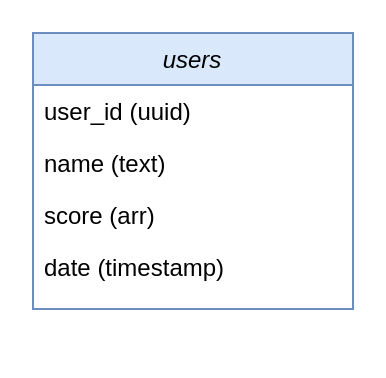
This is src/quiz-app.drawio from CarlosMayo1/quiz-app, a draw.io file, before an edit. Source tidied: cells renumbered, new cells numbered last; positions are measured from the earlier drawing's top-left corner, leaving out a move shared by most shapes. Both pictures are drawn from the tidied source at 200%, with x=0, y=0 at pixel (32, 32).
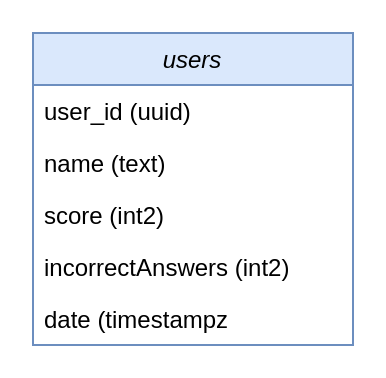
After the change.

What changed in the source:
```diff
@@
 <mxGraphModel>
   <root>
     <mxCell id="0" />
     <mxCell id="1" parent="0" />
     <mxCell id="2" value="users" style="swimlane;fontStyle=2;align=center;verticalAlign=top;horizontal=1;startSize=26;rounded=0;shadow=0;strokeWidth=1;fillColor=#dae8fc;strokeColor=#6c8ebf;" parent="1" vertex="1">
-      <mxGeometry width="160" height="138" as="geometry" />
+      <mxGeometry width="160" height="156" as="geometry" />
     </mxCell>
     <mxCell id="3" value="user_id (uuid)" style="text;align=left;verticalAlign=top;spacingLeft=4;spacingRight=4;overflow=hidden;" parent="2" vertex="1">
       <mxGeometry y="26" width="160" height="26" as="geometry" />
     </mxCell>
     <mxCell id="4" value="name (text)" style="text;align=left;verticalAlign=top;spacingLeft=4;spacingRight=4;overflow=hidden;rounded=0;shadow=0;html=0;" parent="2" vertex="1">
       <mxGeometry y="52" width="160" height="26" as="geometry" />
     </mxCell>
-    <mxCell id="5" value="score (arr)&#10;" style="text;align=left;verticalAlign=top;spacingLeft=4;spacingRight=4;overflow=hidden;rounded=0;shadow=0;html=0;" parent="2" vertex="1">
-      <mxGeometry y="78" width="160" height="26" as="geometry" />
-    </mxCell>
+    <mxCell id="7" value="score (int2)" style="text;align=left;verticalAlign=top;spacingLeft=4;spacingRight=4;overflow=hidden;rounded=0;shadow=0;html=0;" parent="2" vertex="1">
+      <mxGeometry y="78" width="160" height="26" as="geometry" />
+    </mxCell>
+    <mxCell id="8" value="incorrectAnswers (int2)" style="text;align=left;verticalAlign=top;spacingLeft=4;spacingRight=4;overflow=hidden;rounded=0;shadow=0;html=0;" parent="2" vertex="1">
+      <mxGeometry y="104" width="160" height="26" as="geometry" />
+    </mxCell>
-    <mxCell id="6" value="date (timestamp)&#10;" style="text;align=left;verticalAlign=top;spacingLeft=4;spacingRight=4;overflow=hidden;rounded=0;shadow=0;html=0;" parent="2" vertex="1">
-      <mxGeometry y="104" width="160" height="26" as="geometry" />
+    <mxCell id="6" value="date (timestampz&#10;" style="text;align=left;verticalAlign=top;spacingLeft=4;spacingRight=4;overflow=hidden;rounded=0;shadow=0;html=0;" parent="2" vertex="1">
+      <mxGeometry y="130" width="160" height="26" as="geometry" />
     </mxCell>
   </root>
 </mxGraphModel>
```
